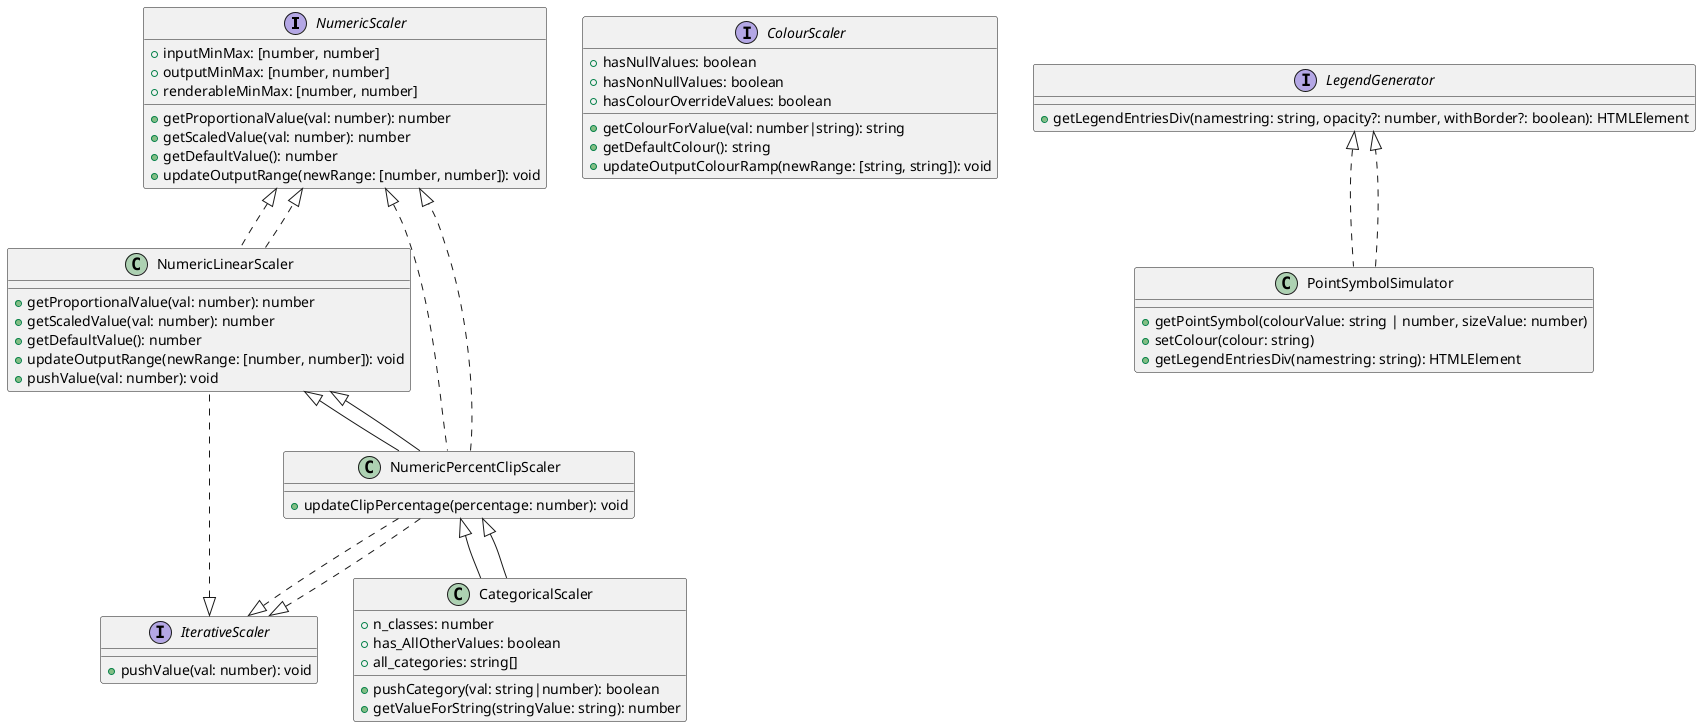
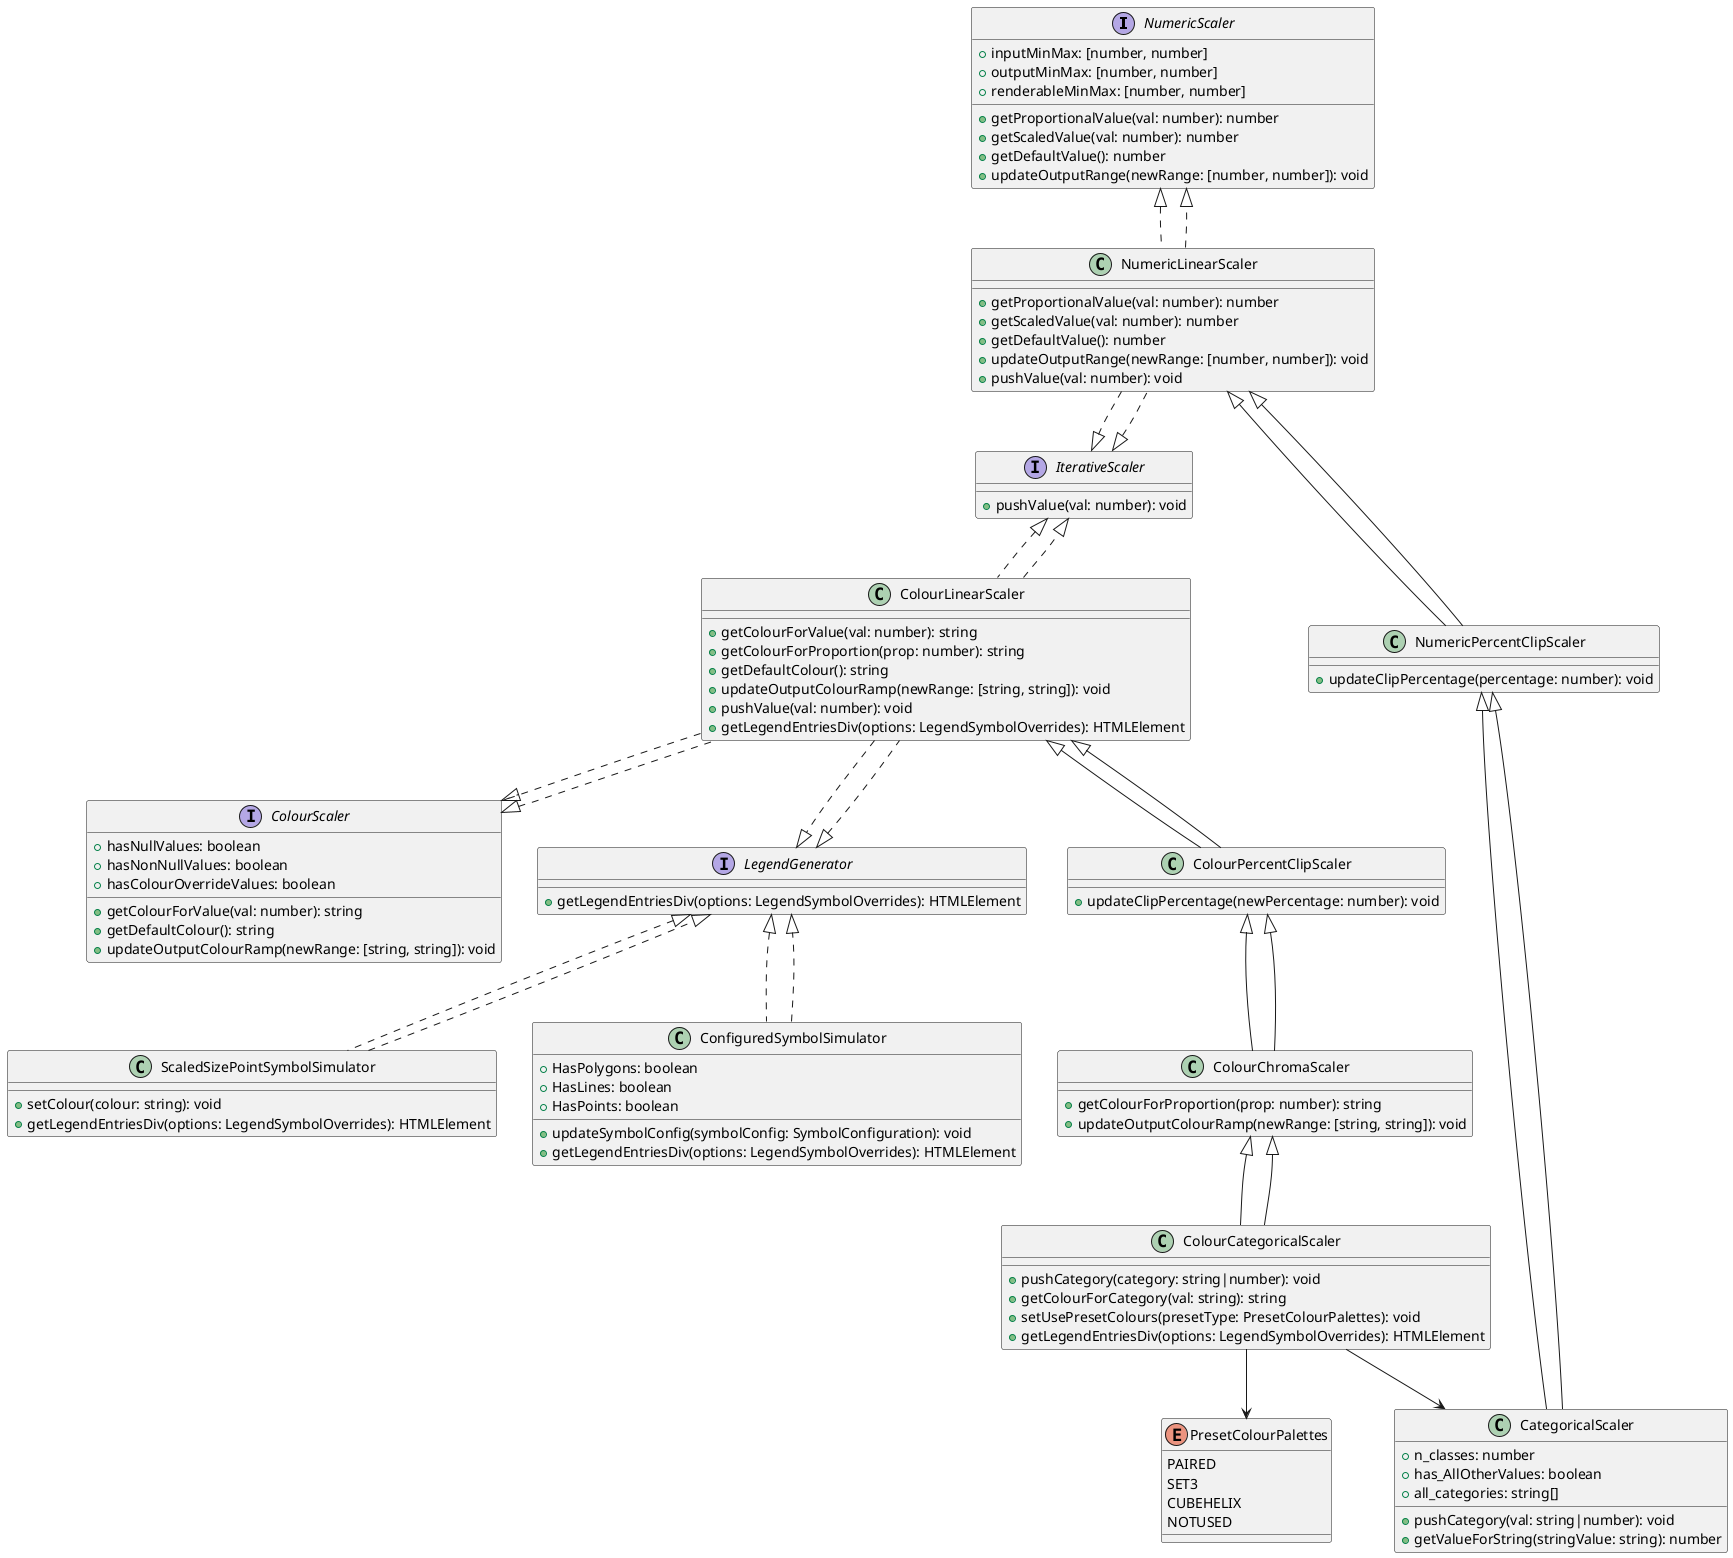
@startuml
interface NumericScaler {
    +getProportionalValue(val: number): number
    +getScaledValue(val: number): number
    +getDefaultValue(): number
    +updateOutputRange(newRange: [number, number]): void
    +inputMinMax: [number, number]
    +outputMinMax: [number, number]
    +renderableMinMax: [number, number]
}

interface IterativeScaler {
    +pushValue(val: number): void
}

interface ColourScaler {
-     +getColourForValue(val: number|string): string
+     +getColourForValue(val: number): string
    +getDefaultColour(): string
    +updateOutputColourRamp(newRange: [string, string]): void
    +hasNullValues: boolean
    +hasNonNullValues: boolean
    +hasColourOverrideValues: boolean
}

interface LegendGenerator {
-     +getLegendEntriesDiv(namestring: string, opacity?: number, withBorder?: boolean): HTMLElement
+     +getLegendEntriesDiv(options: LegendSymbolOverrides): HTMLElement
}

class NumericLinearScaler implements NumericScaler, IterativeScaler {
    +getProportionalValue(val: number): number
    +getScaledValue(val: number): number
    +getDefaultValue(): number
    +updateOutputRange(newRange: [number, number]): void
    +pushValue(val: number): void
}

- class NumericPercentClipScaler extends NumericLinearScaler implements NumericScaler, IterativeScaler {
+ class NumericPercentClipScaler extends NumericLinearScaler {
    +updateClipPercentage(percentage: number): void
}

class CategoricalScaler extends NumericPercentClipScaler {
-     +pushCategory(val: string|number): boolean
+     +pushCategory(val: string|number): void
    +n_classes: number
    +has_AllOtherValues: boolean
    +all_categories: string[]
    +getValueForString(stringValue: string): number
}

- class PointSymbolSimulator implements LegendGenerator {
-     +getPointSymbol(colourValue: string | number, sizeValue: number)
-     +setColour(colour: string)
-     +getLegendEntriesDiv(namestring: string): HTMLElement
+ class ColourLinearScaler implements ColourScaler, IterativeScaler, LegendGenerator {
+     +getColourForValue(val: number): string
+     +getColourForProportion(prop: number): string
+     +getDefaultColour(): string
+     +updateOutputColourRamp(newRange: [string, string]): void
+     +pushValue(val: number): void
+     +getLegendEntriesDiv(options: LegendSymbolOverrides): HTMLElement
+ }
+ 
+ class ColourPercentClipScaler extends ColourLinearScaler {
+     +updateClipPercentage(newPercentage: number): void
+ }
+ 
+ class ColourChromaScaler extends ColourPercentClipScaler {
+     +getColourForProportion(prop: number): string
+     +updateOutputColourRamp(newRange: [string, string]): void
+ }
+ 
+ class ColourCategoricalScaler extends ColourChromaScaler {
+     +pushCategory(category: string|number): void
+     +getColourForCategory(val: string): string
+     +setUsePresetColours(presetType: PresetColourPalettes): void
+     +getLegendEntriesDiv(options: LegendSymbolOverrides): HTMLElement
+ }
+ 
+ enum PresetColourPalettes {
+     PAIRED
+     SET3
+     CUBEHELIX
+     NOTUSED
+ }
+ 
+ class ScaledSizePointSymbolSimulator implements LegendGenerator {
+     +setColour(colour: string): void
+     +getLegendEntriesDiv(options: LegendSymbolOverrides): HTMLElement
+ }
+ 
+ class ConfiguredSymbolSimulator implements LegendGenerator {
+     +HasPolygons: boolean
+     +HasLines: boolean
+     +HasPoints: boolean
+     +updateSymbolConfig(symbolConfig: SymbolConfiguration): void
+     +getLegendEntriesDiv(options: LegendSymbolOverrides): HTMLElement
}

NumericLinearScaler ..|> NumericScaler
- NumericPercentClipScaler ..|> NumericScaler
- NumericPercentClipScaler ..|> IterativeScaler
+ NumericLinearScaler ..|> IterativeScaler
NumericPercentClipScaler --|> NumericLinearScaler
CategoricalScaler --|> NumericPercentClipScaler
- PointSymbolSimulator ..|> LegendGenerator
+ ColourLinearScaler ..|> ColourScaler
+ ColourLinearScaler ..|> IterativeScaler
+ ColourLinearScaler ..|> LegendGenerator
+ ColourPercentClipScaler --|> ColourLinearScaler
+ ColourChromaScaler --|> ColourPercentClipScaler
+ ColourCategoricalScaler --|> ColourChromaScaler
+ ColourCategoricalScaler --> CategoricalScaler
+ ColourCategoricalScaler --> PresetColourPalettes
+ ScaledSizePointSymbolSimulator ..|> LegendGenerator
+ ConfiguredSymbolSimulator ..|> LegendGenerator
@enduml